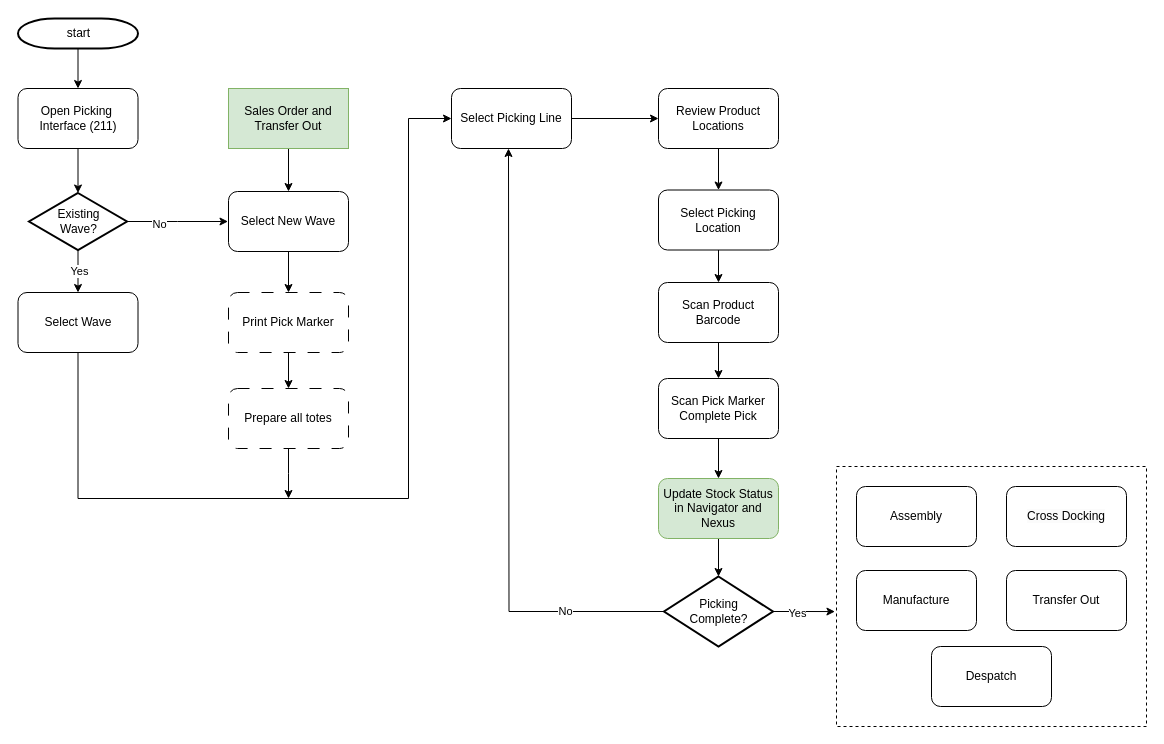
ZTomChen/NavigatorFlowcharts keeps this draw.io diagram as PickingProcess.drawio. Above is the earlier version. Source tidied: cells renumbered, new cells numbered last; positions are measured from the earlier drawing's top-left corner, leaving out a move shared by most shapes. Both pictures are drawn from the tidied source at 100%, with x=0, y=0 at pixel (18, 18).
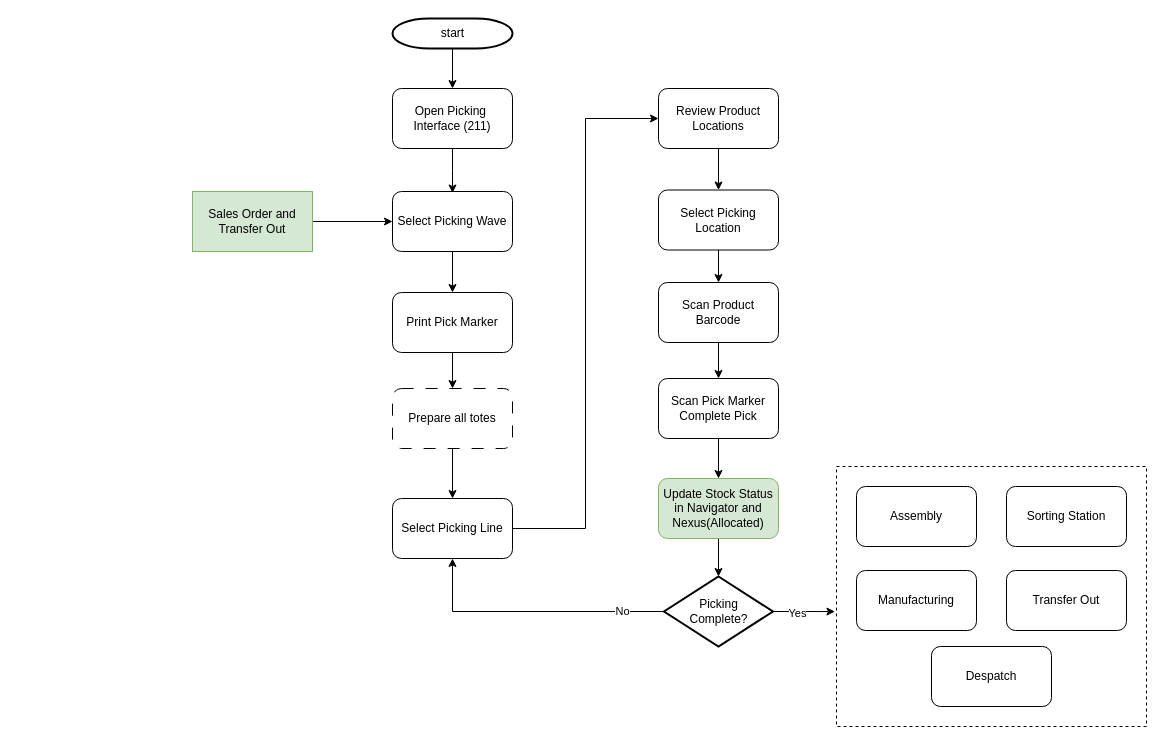
Above is the later version.

Unchanged cells that the change refers to:
```xml
<mxCell id="24" value="Picking&lt;div&gt;Complete?&lt;/div&gt;" style="shape=mxgraph.flowchart.decision;strokeWidth=2;gradientColor=none;gradientDirection=north;fontStyle=0;html=1;" parent="1" vertex="1">
  <mxGeometry x="645.5" y="558" width="109" height="70" as="geometry" />
</mxCell>
<mxCell id="39" value="Review Product Locations" style="rounded=1;whiteSpace=wrap;html=1;" parent="1" vertex="1">
  <mxGeometry x="640" y="70" width="120" height="60" as="geometry" />
</mxCell>
```

What changed in the source:
```diff
@@
     <mxCell id="3" value="start" style="shape=mxgraph.flowchart.terminator;strokeWidth=2;gradientColor=none;gradientDirection=north;fontStyle=0;html=1;" parent="1" vertex="1">
-      <mxGeometry x="-0.5" width="120" height="30" as="geometry" />
+      <mxGeometry x="374" width="120" height="30" as="geometry" />
     </mxCell>
-    <mxCell id="4" style="edgeStyle=orthogonalEdgeStyle;rounded=0;jettySize=auto;html=1;" parent="1" edge="1" source="8" target="12">
-      <mxGeometry relative="1" as="geometry" />
-    </mxCell>
-    <mxCell id="5" value="Yes" style="edgeLabel;html=1;align=center;verticalAlign=middle;" parent="4" vertex="1">
-      <mxGeometry x="-0.04" y="1" relative="1" as="geometry">
-        <mxPoint y="1" as="offset" />
-      </mxGeometry>
-    </mxCell>
-    <mxCell id="6" style="edgeStyle=orthogonalEdgeStyle;rounded=0;jettySize=auto;html=1;" parent="1" edge="1" source="8">
-      <mxGeometry relative="1" as="geometry">
-        <mxPoint x="209.5" y="203" as="targetPoint" />
-      </mxGeometry>
-    </mxCell>
-    <mxCell id="7" value="No" style="edgeLabel;html=1;align=center;verticalAlign=middle;" parent="6" vertex="1">
-      <mxGeometry x="-0.36" y="-2" relative="1" as="geometry" />
-    </mxCell>
-    <mxCell id="8" value="Existing&lt;div&gt;Wave?&lt;/div&gt;" style="shape=mxgraph.flowchart.decision;strokeWidth=2;gradientColor=none;gradientDirection=north;fontStyle=0;html=1;" parent="1" vertex="1">
-      <mxGeometry x="10.5" y="174.5" width="98" height="57" as="geometry" />
-    </mxCell>
-    <mxCell id="9" style="edgeStyle=orthogonalEdgeStyle;rounded=0;jettySize=auto;html=1;" parent="1" edge="1" source="10" target="8">
-      <mxGeometry relative="1" as="geometry" />
+    <mxCell id="9" style="edgeStyle=orthogonalEdgeStyle;rounded=0;jettySize=auto;html=1;" parent="1" edge="1" source="10">
+      <mxGeometry relative="1" as="geometry">
+        <mxPoint x="434" y="174.5" as="targetPoint" />
+      </mxGeometry>
     </mxCell>
     <mxCell id="10" value="&lt;span style=&quot;text-wrap-mode: nowrap;&quot;&gt;Open Picking&amp;nbsp;&lt;/span&gt;&lt;div&gt;&lt;span style=&quot;text-wrap-mode: nowrap;&quot;&gt;Interface (211)&lt;/span&gt;&lt;/div&gt;" style="rounded=1;whiteSpace=wrap;html=1;" parent="1" vertex="1">
-      <mxGeometry x="-0.5" y="70" width="120" height="60" as="geometry" />
+      <mxGeometry x="374" y="70" width="120" height="60" as="geometry" />
     </mxCell>
-    <mxCell id="11" style="edgeStyle=orthogonalEdgeStyle;rounded=0;jettySize=auto;html=1;exitX=0.5;exitY=1;exitDx=0;exitDy=0;entryX=0;entryY=0.5;entryDx=0;entryDy=0;" parent="1" edge="1" source="12" target="26">
-      <mxGeometry relative="1" as="geometry">
-        <Array as="points">
-          <mxPoint x="60" y="480" />
-          <mxPoint x="390" y="480" />
-          <mxPoint x="390" y="100" />
-        </Array>
-      </mxGeometry>
-    </mxCell>
-    <mxCell id="12" value="&lt;span style=&quot;text-wrap-mode: nowrap;&quot;&gt;Select Wave&lt;/span&gt;" style="rounded=1;whiteSpace=wrap;html=1;" parent="1" vertex="1">
-      <mxGeometry x="-0.5" y="274" width="120" height="60" as="geometry" />
-    </mxCell>
@@
-    <mxCell id="14" value="&lt;span style=&quot;text-wrap-mode: nowrap;&quot;&gt;Select New Wave&lt;/span&gt;" style="rounded=1;whiteSpace=wrap;html=1;" parent="1" vertex="1">
-      <mxGeometry x="210" y="173" width="120" height="60" as="geometry" />
+    <mxCell id="14" value="&lt;span style=&quot;text-wrap-mode: nowrap;&quot;&gt;Select Picking Wave&lt;/span&gt;" style="rounded=1;whiteSpace=wrap;html=1;" parent="1" vertex="1">
+      <mxGeometry x="374" y="173" width="120" height="60" as="geometry" />
     </mxCell>
@@
-    <mxCell id="16" value="&lt;span style=&quot;text-wrap-mode: nowrap;&quot;&gt;Print Pick Marker&lt;/span&gt;" style="rounded=1;whiteSpace=wrap;html=1;dashed=1;dashPattern=12 12;" parent="1" vertex="1">
-      <mxGeometry x="210" y="274" width="120" height="60" as="geometry" />
+    <mxCell id="16" value="&lt;span style=&quot;text-wrap-mode: nowrap;&quot;&gt;Print Pick Marker&lt;/span&gt;" style="rounded=1;whiteSpace=wrap;html=1;" parent="1" vertex="1">
+      <mxGeometry x="374" y="274" width="120" height="60" as="geometry" />
     </mxCell>
-    <mxCell id="17" style="edgeStyle=orthogonalEdgeStyle;rounded=0;jettySize=auto;html=1;exitX=0.5;exitY=1;exitDx=0;exitDy=0;" parent="1" edge="1" source="18">
-      <mxGeometry relative="1" as="geometry">
-        <mxPoint x="270" y="480" as="targetPoint" />
-      </mxGeometry>
-    </mxCell>
+    <mxCell id="44" style="edgeStyle=orthogonalEdgeStyle;rounded=0;jettySize=auto;html=1;" parent="1" edge="1" source="18" target="26">
+      <mxGeometry relative="1" as="geometry" />
+    </mxCell>
     <mxCell id="18" value="&lt;span style=&quot;text-wrap-mode: nowrap;&quot;&gt;Prepare all totes&lt;/span&gt;" style="rounded=1;whiteSpace=wrap;html=1;dashed=1;dashPattern=12 12;" parent="1" vertex="1">
-      <mxGeometry x="210" y="370" width="120" height="60" as="geometry" />
+      <mxGeometry x="374" y="370" width="120" height="60" as="geometry" />
     </mxCell>
-    <mxCell id="19" style="edgeStyle=orthogonalEdgeStyle;rounded=0;orthogonalLoop=1;jettySize=auto;html=1;exitX=1;exitY=0.5;exitDx=0;exitDy=0;entryX=0;entryY=0.5;entryDx=0;entryDy=0;" parent="1" edge="1">
-      <mxGeometry relative="1" as="geometry">
-        <mxPoint x="550" y="100" as="sourcePoint" />
-        <mxPoint x="640" y="100" as="targetPoint" />
-      </mxGeometry>
-    </mxCell>
-    <mxCell id="20" style="edgeStyle=orthogonalEdgeStyle;rounded=0;jettySize=auto;html=1;exitX=0;exitY=0.5;exitDx=0;exitDy=0;exitPerimeter=0;entryX=0.5;entryY=1;entryDx=0;entryDy=0;" parent="1" edge="1" source="24">
-      <mxGeometry relative="1" as="geometry">
-        <mxPoint x="490" y="130" as="targetPoint" />
-      </mxGeometry>
+    <mxCell id="20" style="edgeStyle=orthogonalEdgeStyle;rounded=0;jettySize=auto;html=1;exitX=0;exitY=0.5;exitDx=0;exitDy=0;exitPerimeter=0;entryX=0.5;entryY=1;entryDx=0;entryDy=0;" parent="1" edge="1" source="24" target="26">
+      <mxGeometry relative="1" as="geometry" />
     </mxCell>
@@
+    <mxCell id="45" style="edgeStyle=orthogonalEdgeStyle;rounded=0;jettySize=auto;html=1;exitX=1;exitY=0.5;exitDx=0;exitDy=0;entryX=0;entryY=0.5;entryDx=0;entryDy=0;" parent="1" edge="1" source="26" target="39">
+      <mxGeometry relative="1" as="geometry" />
+    </mxCell>
     <mxCell id="26" value="Select Picking Line" style="rounded=1;whiteSpace=wrap;html=1;" parent="1" vertex="1">
-      <mxGeometry x="433" y="70" width="120" height="60" as="geometry" />
+      <mxGeometry x="374" y="480" width="120" height="60" as="geometry" />
     </mxCell>
@@
-    <mxCell id="28" value="Manufacture" style="rounded=1;whiteSpace=wrap;html=1;" parent="1" vertex="1">
+    <mxCell id="28" value="Manufacturing" style="rounded=1;whiteSpace=wrap;html=1;" parent="1" vertex="1">
       <mxGeometry x="838" y="552" width="120" height="60" as="geometry" />
     </mxCell>
-    <mxCell id="29" value="&lt;span style=&quot;color: rgb(0, 0, 0); font-family: Helvetica; font-size: 12px; font-style: normal; font-variant-ligatures: normal; font-variant-caps: normal; font-weight: 400; letter-spacing: normal; orphans: 2; text-align: center; text-indent: 0px; text-transform: none; widows: 2; word-spacing: 0px; -webkit-text-stroke-width: 0px; white-space: normal; background-color: rgb(251, 251, 251); text-decoration-thickness: initial; text-decoration-style: initial; text-decoration-color: initial; display: inline !important; float: none;&quot;&gt;Cross Docking&lt;/span&gt;" style="rounded=1;whiteSpace=wrap;html=1;" parent="1" vertex="1">
+    <mxCell id="29" value="Sorting Station" style="rounded=1;whiteSpace=wrap;html=1;" parent="1" vertex="1">
       <mxGeometry x="988" y="468" width="120" height="60" as="geometry" />
     </mxCell>
@@
     <mxCell id="42" value="Sales Order and Transfer Out" style="rounded=0;whiteSpace=wrap;html=1;fillColor=#d5e8d4;strokeColor=#82b366;" parent="1" vertex="1">
-      <mxGeometry x="210" y="70" width="120" height="60" as="geometry" />
+      <mxGeometry x="174" y="173" width="120" height="60" as="geometry" />
     </mxCell>
-    <mxCell id="43" value="Update Stock Status&lt;div&gt;in Navigator and Nexus&lt;/div&gt;" style="rounded=1;whiteSpace=wrap;html=1;fillColor=#d5e8d4;strokeColor=#82b366;" parent="1" vertex="1">
+    <mxCell id="43" value="Update Stock Status&lt;div&gt;in Navigator and Nexus(Allocated)&lt;/div&gt;" style="rounded=1;whiteSpace=wrap;html=1;fillColor=#d5e8d4;strokeColor=#82b366;" parent="1" vertex="1">
       <mxGeometry x="640" y="460" width="120" height="60" as="geometry" />
     </mxCell>
```
